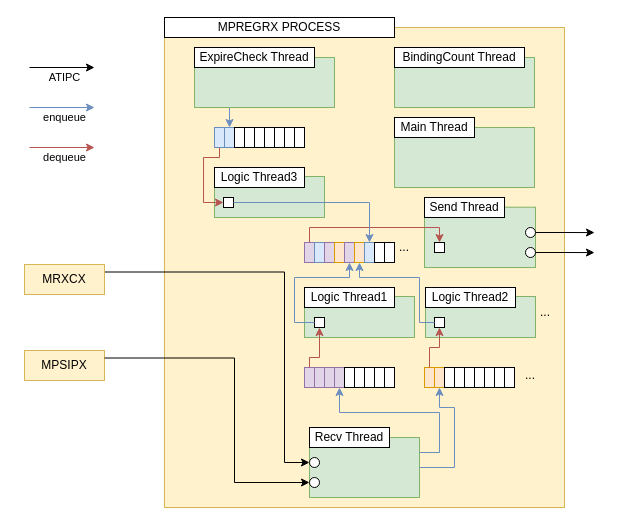
The draw.io diagram page "MPREGRX" (2 of 5) of MPSIPX.drawio in JaeHyeon774/NEWTIL, before the edit. Source tidied: cells renumbered, new cells numbered last; positions are measured from the earlier drawing's top-left corner, leaving out a move shared by most shapes. Both pictures are drawn from the tidied source at 100%, with x=0, y=0 at pixel (24, 17).
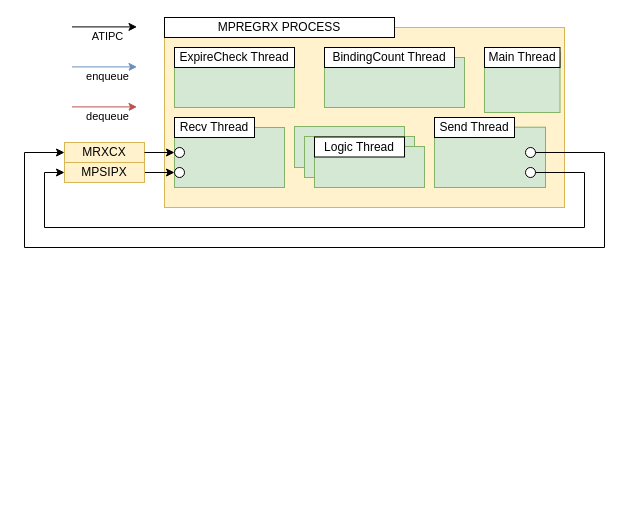
The same diagram, later.

The change refers to these unchanged cells:
```xml
<mxCell id="13" style="rounded=0;whiteSpace=wrap;html=1;fillColor=#d5e8d4;strokeColor=#82b366;" parent="12" vertex="1">
  <mxGeometry y="10" width="110" height="60" as="geometry" />
</mxCell>
<mxCell id="15" style="ellipse;whiteSpace=wrap;html=1;" parent="12" vertex="1">
  <mxGeometry y="50" width="10" height="10" as="geometry" />
</mxCell>
<mxCell id="16" style="ellipse;whiteSpace=wrap;html=1;" parent="12" vertex="1">
  <mxGeometry y="30" width="10" height="10" as="geometry" />
</mxCell>
```

What changed in the source:
```diff
@@
     <mxCell id="2" style="rounded=0;whiteSpace=wrap;html=1;fillColor=#fff2cc;strokeColor=#d6b656;" parent="1" vertex="1">
-      <mxGeometry x="140" y="10" width="400" height="480" as="geometry" />
+      <mxGeometry x="140" y="10" width="400" height="180" as="geometry" />
     </mxCell>
@@
     <mxCell id="4" style="rounded=0;whiteSpace=wrap;html=1;fillColor=#d5e8d4;strokeColor=#82b366;" parent="1" vertex="1">
-      <mxGeometry x="370" y="110" width="140" height="60" as="geometry" />
+      <mxGeometry x="460" y="35" width="75.5" height="60" as="geometry" />
     </mxCell>
-    <mxCell id="5" style="edgeStyle=orthogonalEdgeStyle;rounded=0;jettySize=auto;html=1;exitX=0.25;exitY=1;exitDx=0;exitDy=0;entryX=0.5;entryY=0;entryDx=0;entryDy=0;fillColor=#dae8fc;strokeColor=#6c8ebf;" parent="1" edge="1" source="6" target="81">
-      <mxGeometry relative="1" as="geometry" />
-    </mxCell>
     <mxCell id="6" style="rounded=0;whiteSpace=wrap;html=1;fillColor=#d5e8d4;strokeColor=#82b366;" parent="1" vertex="1">
-      <mxGeometry x="170" y="40" width="140" height="50" as="geometry" />
+      <mxGeometry x="150" y="40" width="120" height="50" as="geometry" />
     </mxCell>
     <mxCell id="7" style="rounded=0;whiteSpace=wrap;html=1;fillColor=#d5e8d4;strokeColor=#82b366;" parent="1" vertex="1">
-      <mxGeometry x="370" y="40" width="140" height="50" as="geometry" />
+      <mxGeometry x="300" y="40" width="140" height="50" as="geometry" />
     </mxCell>
+    <mxCell id="11" style="edgeStyle=orthogonalEdgeStyle;rounded=0;jettySize=auto;html=1;exitX=1;exitY=0.5;exitDx=0;exitDy=0;entryX=0;entryY=0.5;entryDx=0;entryDy=0;" parent="1" edge="1" source="8" target="15">
+      <mxGeometry relative="1" as="geometry" />
+    </mxCell>
     <mxCell id="8" value="MPSIPX" style="rounded=0;whiteSpace=wrap;html=1;fillColor=#fff2cc;strokeColor=#d6b656;" parent="1" vertex="1">
-      <mxGeometry y="333" width="80" height="30" as="geometry" />
+      <mxGeometry x="40" y="145" width="80" height="20" as="geometry" />
     </mxCell>
-    <mxCell id="9" style="edgeStyle=orthogonalEdgeStyle;rounded=0;jettySize=auto;html=1;exitX=1;exitY=0.25;exitDx=0;exitDy=0;entryX=0;entryY=0.5;entryDx=0;entryDy=0;" parent="1" edge="1" source="10" target="16">
-      <mxGeometry relative="1" as="geometry">
-        <Array as="points">
-          <mxPoint x="260" y="255" />
-          <mxPoint x="260" y="445" />
-        </Array>
-      </mxGeometry>
-    </mxCell>
     <mxCell id="10" value="MRXCX" style="rounded=0;whiteSpace=wrap;html=1;fillColor=#fff2cc;strokeColor=#d6b656;" parent="1" vertex="1">
-      <mxGeometry y="247" width="80" height="30" as="geometry" />
+      <mxGeometry x="40" y="125" width="80" height="20" as="geometry" />
     </mxCell>
-    <mxCell id="11" style="edgeStyle=orthogonalEdgeStyle;rounded=0;jettySize=auto;html=1;exitX=1;exitY=0.25;exitDx=0;exitDy=0;entryX=0;entryY=0.5;entryDx=0;entryDy=0;" parent="1" edge="1" source="8" target="15">
-      <mxGeometry relative="1" as="geometry">
-        <Array as="points">
-          <mxPoint x="210" y="341" />
-          <mxPoint x="210" y="465" />
-        </Array>
-      </mxGeometry>
-    </mxCell>
     <mxCell id="12" style="group;" parent="1" vertex="1">
-      <mxGeometry x="285" y="410" width="110" height="70" as="geometry" />
+      <mxGeometry x="150" y="100" width="110" height="70" as="geometry" />
     </mxCell>
@@
-    <mxCell id="17" style="group;fillColor=#e1d5e7;strokeColor=#9673a6;" parent="1" vertex="1">
-      <mxGeometry x="280" y="350" width="90" height="20" as="geometry" />
-    </mxCell>
-    <mxCell id="18" style="rounded=0;whiteSpace=wrap;html=1;fillColor=#e1d5e7;strokeColor=#9673a6;" parent="17" vertex="1">
-      <mxGeometry width="10" height="20" as="geometry" />
-    </mxCell>
-    <mxCell id="19" style="rounded=0;whiteSpace=wrap;html=1;fillColor=#e1d5e7;strokeColor=#9673a6;" parent="17" vertex="1">
-      <mxGeometry x="10" width="10" height="20" as="geometry" />
-    </mxCell>
-    <mxCell id="20" style="rounded=0;whiteSpace=wrap;html=1;fillColor=#e1d5e7;strokeColor=#9673a6;" parent="17" vertex="1">
-      <mxGeometry x="20" width="10" height="20" as="geometry" />
-    </mxCell>
-    <mxCell id="21" style="rounded=0;whiteSpace=wrap;html=1;fillColor=#e1d5e7;strokeColor=#9673a6;" parent="17" vertex="1">
-      <mxGeometry x="30" width="10" height="20" as="geometry" />
-    </mxCell>
-    <mxCell id="22" style="rounded=0;whiteSpace=wrap;html=1;" parent="17" vertex="1">
-      <mxGeometry x="40" width="10" height="20" as="geometry" />
-    </mxCell>
-    <mxCell id="23" style="rounded=0;whiteSpace=wrap;html=1;" parent="17" vertex="1">
-      <mxGeometry x="50" width="10" height="20" as="geometry" />
-    </mxCell>
-    <mxCell id="24" style="rounded=0;whiteSpace=wrap;html=1;" parent="17" vertex="1">
-      <mxGeometry x="60" width="10" height="20" as="geometry" />
-    </mxCell>
-    <mxCell id="25" style="rounded=0;whiteSpace=wrap;html=1;" parent="17" vertex="1">
-      <mxGeometry x="70" width="10" height="20" as="geometry" />
-    </mxCell>
-    <mxCell id="26" style="rounded=0;whiteSpace=wrap;html=1;" parent="17" vertex="1">
-      <mxGeometry x="80" width="10" height="20" as="geometry" />
-    </mxCell>
-    <mxCell id="27" style="group;fillColor=#ffe6cc;strokeColor=#d79b00;" parent="1" vertex="1">
-      <mxGeometry x="400" y="350" width="90" height="20" as="geometry" />
-    </mxCell>
-    <mxCell id="28" style="rounded=0;whiteSpace=wrap;html=1;fillColor=#ffe6cc;strokeColor=#d79b00;" parent="27" vertex="1">
-      <mxGeometry width="10" height="20" as="geometry" />
-    </mxCell>
-    <mxCell id="29" style="rounded=0;whiteSpace=wrap;html=1;fillColor=#ffe6cc;strokeColor=#d79b00;" parent="27" vertex="1">
-      <mxGeometry x="10" width="10" height="20" as="geometry" />
-    </mxCell>
-    <mxCell id="30" style="rounded=0;whiteSpace=wrap;html=1;" parent="27" vertex="1">
-      <mxGeometry x="20" width="10" height="20" as="geometry" />
-    </mxCell>
-    <mxCell id="31" style="rounded=0;whiteSpace=wrap;html=1;" parent="27" vertex="1">
-      <mxGeometry x="30" width="10" height="20" as="geometry" />
-    </mxCell>
-    <mxCell id="32" style="rounded=0;whiteSpace=wrap;html=1;" parent="27" vertex="1">
-      <mxGeometry x="40" width="10" height="20" as="geometry" />
-    </mxCell>
-    <mxCell id="33" style="rounded=0;whiteSpace=wrap;html=1;" parent="27" vertex="1">
-      <mxGeometry x="50" width="10" height="20" as="geometry" />
-    </mxCell>
-    <mxCell id="34" style="rounded=0;whiteSpace=wrap;html=1;" parent="27" vertex="1">
-      <mxGeometry x="60" width="10" height="20" as="geometry" />
-    </mxCell>
-    <mxCell id="35" style="rounded=0;whiteSpace=wrap;html=1;" parent="27" vertex="1">
-      <mxGeometry x="70" width="10" height="20" as="geometry" />
-    </mxCell>
-    <mxCell id="36" style="rounded=0;whiteSpace=wrap;html=1;" parent="27" vertex="1">
-      <mxGeometry x="80" width="10" height="20" as="geometry" />
-    </mxCell>
-    <mxCell id="37" style="group;" parent="1" vertex="1">
-      <mxGeometry x="401" y="270" width="110" height="50" as="geometry" />
-    </mxCell>
-    <mxCell id="38" value="&lt;div&gt;&lt;/div&gt;" style="rounded=0;whiteSpace=wrap;html=1;fillColor=#d5e8d4;strokeColor=#82b366;" parent="37" vertex="1">
-      <mxGeometry y="9" width="110" height="41" as="geometry" />
-    </mxCell>
-    <mxCell id="39" value="Logic Thread2" style="rounded=0;whiteSpace=wrap;html=1;" parent="37" vertex="1">
-      <mxGeometry width="90" height="20" as="geometry" />
-    </mxCell>
-    <mxCell id="40" style="rounded=0;whiteSpace=wrap;html=1;" parent="37" vertex="1">
-      <mxGeometry x="9" y="30" width="10" height="10" as="geometry" />
-    </mxCell>
-    <mxCell id="41" style="group;" parent="1" vertex="1">
-      <mxGeometry x="280" y="270" width="110" height="50" as="geometry" />
-    </mxCell>
-    <mxCell id="42" value="&lt;div&gt;&lt;/div&gt;" style="rounded=0;whiteSpace=wrap;html=1;fillColor=#d5e8d4;strokeColor=#82b366;" parent="41" vertex="1">
-      <mxGeometry y="9" width="110" height="41" as="geometry" />
-    </mxCell>
-    <mxCell id="43" value="Logic Thread1" style="rounded=0;whiteSpace=wrap;html=1;" parent="41" vertex="1">
-      <mxGeometry width="90" height="20" as="geometry" />
-    </mxCell>
-    <mxCell id="44" style="rounded=0;whiteSpace=wrap;html=1;" parent="41" vertex="1">
-      <mxGeometry x="10" y="30" width="10" height="10" as="geometry" />
-    </mxCell>
     <mxCell id="45" style="rounded=0;whiteSpace=wrap;html=1;fillColor=#d5e8d4;strokeColor=#82b366;" parent="1" vertex="1">
-      <mxGeometry x="400" y="189.7" width="111" height="60.3" as="geometry" />
+      <mxGeometry x="410" y="109.7" width="111" height="60.3" as="geometry" />
     </mxCell>
     <mxCell id="46" value="Send Thread" style="rounded=0;whiteSpace=wrap;html=1;" parent="1" vertex="1">
-      <mxGeometry x="400" y="180" width="80" height="20" as="geometry" />
+      <mxGeometry x="410" y="100" width="80" height="20" as="geometry" />
     </mxCell>
-    <mxCell id="47" style="edgeStyle=orthogonalEdgeStyle;rounded=0;jettySize=auto;html=1;exitX=1;exitY=0.5;exitDx=0;exitDy=0;" parent="1" edge="1" source="48">
+    <mxCell id="47" style="edgeStyle=orthogonalEdgeStyle;rounded=0;jettySize=auto;html=1;exitX=1;exitY=0.5;exitDx=0;exitDy=0;entryX=0;entryY=0.5;entryDx=0;entryDy=0;" parent="1" edge="1" source="48" target="10">
       <mxGeometry relative="1" as="geometry">
-        <mxPoint x="570" y="215.1" as="targetPoint" />
+        <Array as="points">
+          <mxPoint x="580" y="135" />
+          <mxPoint x="580" y="230" />
+          <mxPoint y="230" />
+          <mxPoint y="135" />
+        </Array>
       </mxGeometry>
     </mxCell>
     <mxCell id="48" style="ellipse;whiteSpace=wrap;html=1;" parent="1" vertex="1">
-      <mxGeometry x="501" y="210" width="10" height="10" as="geometry" />
+      <mxGeometry x="501" y="130" width="10" height="10" as="geometry" />
     </mxCell>
-    <mxCell id="49" style="edgeStyle=orthogonalEdgeStyle;rounded=0;jettySize=auto;html=1;exitX=1;exitY=0.5;exitDx=0;exitDy=0;" parent="1" edge="1" source="50">
+    <mxCell id="49" style="edgeStyle=orthogonalEdgeStyle;rounded=0;jettySize=auto;html=1;exitX=1;exitY=0.5;exitDx=0;exitDy=0;entryX=0;entryY=0.5;entryDx=0;entryDy=0;" parent="1" edge="1" source="50" target="8">
       <mxGeometry relative="1" as="geometry">
-        <mxPoint x="570" y="235.1" as="targetPoint" />
+        <Array as="points">
+          <mxPoint x="560" y="155" />
+          <mxPoint x="560" y="210" />
+          <mxPoint x="20" y="210" />
+          <mxPoint x="20" y="155" />
+        </Array>
       </mxGeometry>
     </mxCell>
     <mxCell id="50" style="ellipse;whiteSpace=wrap;html=1;" parent="1" vertex="1">
-      <mxGeometry x="501" y="230" width="10" height="10" as="geometry" />
+      <mxGeometry x="501" y="150" width="10" height="10" as="geometry" />
     </mxCell>
-    <mxCell id="51" value="..." style="text;html=1;align=center;verticalAlign=middle;whiteSpace=wrap;rounded=0;" parent="1" vertex="1">
-      <mxGeometry x="511" y="290" width="20" height="10" as="geometry" />
-    </mxCell>
-    <mxCell id="52" value="..." style="text;html=1;align=center;verticalAlign=middle;whiteSpace=wrap;rounded=0;" parent="1" vertex="1">
-      <mxGeometry x="496" y="353" width="20" height="10" as="geometry" />
-    </mxCell>
-    <mxCell id="53" style="edgeStyle=orthogonalEdgeStyle;rounded=0;jettySize=auto;html=1;exitX=1;exitY=0.25;exitDx=0;exitDy=0;entryX=0.5;entryY=1;entryDx=0;entryDy=0;fillColor=#dae8fc;strokeColor=#6c8ebf;" parent="1" edge="1" source="13" target="21">
-      <mxGeometry x="0.27" y="5" relative="1" as="geometry" />
-    </mxCell>
-    <mxCell id="54" style="edgeStyle=orthogonalEdgeStyle;rounded=0;jettySize=auto;html=1;exitX=1;exitY=0.5;exitDx=0;exitDy=0;entryX=0.5;entryY=1;entryDx=0;entryDy=0;fillColor=#dae8fc;strokeColor=#6c8ebf;" parent="1" edge="1" source="13" target="29">
-      <mxGeometry x="-0.5" relative="1" as="geometry">
-        <Array as="points">
-          <mxPoint x="430" y="450" />
-          <mxPoint x="430" y="390" />
-          <mxPoint x="415" y="390" />
-        </Array>
-      </mxGeometry>
-    </mxCell>
-    <mxCell id="55" style="rounded=0;whiteSpace=wrap;html=1;" parent="1" vertex="1">
-      <mxGeometry x="410" y="225" width="10" height="10" as="geometry" />
-    </mxCell>
-    <mxCell id="56" style="edgeStyle=orthogonalEdgeStyle;rounded=0;jettySize=auto;html=1;exitX=0.5;exitY=0;exitDx=0;exitDy=0;entryX=0.5;entryY=0;entryDx=0;entryDy=0;fillColor=#f8cecc;strokeColor=#b85450;" parent="1" edge="1" source="60" target="55">
-      <mxGeometry relative="1" as="geometry">
-        <Array as="points">
-          <mxPoint x="285" y="210" />
-          <mxPoint x="415" y="210" />
-        </Array>
-      </mxGeometry>
-    </mxCell>
-    <mxCell id="57" style="edgeStyle=orthogonalEdgeStyle;rounded=0;jettySize=auto;html=1;exitX=0.5;exitY=0;exitDx=0;exitDy=0;entryX=0.5;entryY=1;entryDx=0;entryDy=0;fillColor=#f8cecc;strokeColor=#b85450;" parent="1" edge="1" source="18" target="44">
-      <mxGeometry x="0.08" relative="1" as="geometry">
-        <Array as="points">
-          <mxPoint x="285" y="340" />
-          <mxPoint x="295" y="340" />
-        </Array>
-      </mxGeometry>
-    </mxCell>
-    <mxCell id="58" style="group;" parent="1" vertex="1">
-      <mxGeometry x="280" y="225" width="110" height="20" as="geometry" />
-    </mxCell>
-    <mxCell id="59" style="group;fillColor=#ffe6cc;strokeColor=#d79b00;" parent="58" vertex="1">
-      <mxGeometry width="90" height="20" as="geometry" />
-    </mxCell>
-    <mxCell id="60" style="rounded=0;whiteSpace=wrap;html=1;fillColor=#e1d5e7;strokeColor=#9673a6;" parent="59" vertex="1">
-      <mxGeometry width="10" height="20" as="geometry" />
-    </mxCell>
-    <mxCell id="61" style="rounded=0;whiteSpace=wrap;html=1;fillColor=#dae8fc;strokeColor=#6c8ebf;" parent="59" vertex="1">
-      <mxGeometry x="10" width="10" height="20" as="geometry" />
-    </mxCell>
-    <mxCell id="62" style="rounded=0;whiteSpace=wrap;html=1;fillColor=#e1d5e7;strokeColor=#9673a6;" parent="59" vertex="1">
-      <mxGeometry x="20" width="10" height="20" as="geometry" />
-    </mxCell>
-    <mxCell id="63" style="rounded=0;whiteSpace=wrap;html=1;fillColor=#ffe6cc;strokeColor=#d79b00;" parent="59" vertex="1">
-      <mxGeometry x="30" width="10" height="20" as="geometry" />
-    </mxCell>
-    <mxCell id="64" style="rounded=0;whiteSpace=wrap;html=1;fillColor=#e1d5e7;strokeColor=#9673a6;" parent="59" vertex="1">
-      <mxGeometry x="40" width="10" height="20" as="geometry" />
-    </mxCell>
-    <mxCell id="65" style="rounded=0;whiteSpace=wrap;html=1;fillColor=#ffe6cc;strokeColor=#d79b00;" parent="59" vertex="1">
-      <mxGeometry x="50" width="10" height="20" as="geometry" />
-    </mxCell>
-    <mxCell id="66" style="rounded=0;whiteSpace=wrap;html=1;fillColor=#dae8fc;strokeColor=#6c8ebf;" parent="59" vertex="1">
-      <mxGeometry x="60" width="10" height="20" as="geometry" />
-    </mxCell>
-    <mxCell id="67" style="rounded=0;whiteSpace=wrap;html=1;" parent="59" vertex="1">
-      <mxGeometry x="70" width="10" height="20" as="geometry" />
-    </mxCell>
-    <mxCell id="68" style="rounded=0;whiteSpace=wrap;html=1;" parent="59" vertex="1">
-      <mxGeometry x="80" width="10" height="20" as="geometry" />
-    </mxCell>
-    <mxCell id="69" value="..." style="text;html=1;align=center;verticalAlign=middle;whiteSpace=wrap;rounded=0;" parent="58" vertex="1">
-      <mxGeometry x="90" width="20" height="10" as="geometry" />
-    </mxCell>
-    <mxCell id="70" style="edgeStyle=orthogonalEdgeStyle;rounded=0;jettySize=auto;html=1;exitX=0;exitY=0.5;exitDx=0;exitDy=0;entryX=0.5;entryY=1;entryDx=0;entryDy=0;fillColor=#dae8fc;strokeColor=#6c8ebf;" parent="1" edge="1" source="44" target="64">
-      <mxGeometry x="0.35" relative="1" as="geometry">
-        <Array as="points">
-          <mxPoint x="270" y="305" />
-          <mxPoint x="270" y="260" />
-          <mxPoint x="325" y="260" />
-        </Array>
-      </mxGeometry>
-    </mxCell>
-    <mxCell id="71" style="edgeStyle=orthogonalEdgeStyle;rounded=0;jettySize=auto;html=1;exitX=0.5;exitY=0;exitDx=0;exitDy=0;entryX=0.5;entryY=1;entryDx=0;entryDy=0;fillColor=#f8cecc;strokeColor=#b85450;" parent="1" edge="1" source="28" target="40">
-      <mxGeometry relative="1" as="geometry">
-        <Array as="points">
-          <mxPoint x="405" y="330" />
-          <mxPoint x="415" y="330" />
-        </Array>
-      </mxGeometry>
-    </mxCell>
-    <mxCell id="72" style="edgeStyle=orthogonalEdgeStyle;rounded=0;jettySize=auto;html=1;exitX=0;exitY=0.5;exitDx=0;exitDy=0;entryX=0.5;entryY=1;entryDx=0;entryDy=0;fillColor=#dae8fc;strokeColor=#6c8ebf;" parent="1" edge="1" source="40" target="65">
-      <mxGeometry x="0.3" relative="1" as="geometry">
-        <Array as="points">
-          <mxPoint x="395" y="305" />
-          <mxPoint x="395" y="260" />
-          <mxPoint x="335" y="260" />
-        </Array>
-      </mxGeometry>
-    </mxCell>
     <mxCell id="73" value="ATIPC" style="endArrow=classic;html=1;rounded=0;" parent="1" edge="1">
       <mxGeometry x="0.08" y="-10" relative="1" as="geometry">
-        <mxPoint x="5" y="50" as="sourcePoint" />
-        <mxPoint x="70" y="50" as="targetPoint" />
+        <mxPoint x="47.5" y="9.4" as="sourcePoint" />
+        <mxPoint x="112.5" y="9.4" as="targetPoint" />
       </mxGeometry>
     </mxCell>
     <mxCell id="74" value="enqueue" style="endArrow=classic;html=1;rounded=0;fillColor=#dae8fc;strokeColor=#6c8ebf;" parent="1" edge="1">
       <mxGeometry x="0.08" y="-10" relative="1" as="geometry">
-        <mxPoint x="5" y="90" as="sourcePoint" />
-        <mxPoint x="70" y="90" as="targetPoint" />
+        <mxPoint x="47.5" y="49.4" as="sourcePoint" />
+        <mxPoint x="112.5" y="49.4" as="targetPoint" />
       </mxGeometry>
     </mxCell>
     <mxCell id="75" value="dequeue" style="endArrow=classic;html=1;rounded=0;fillColor=#f8cecc;strokeColor=#b85450;" parent="1" edge="1">
       <mxGeometry x="0.08" y="-10" relative="1" as="geometry">
-        <mxPoint x="5" y="130" as="sourcePoint" />
-        <mxPoint x="70" y="130" as="targetPoint" />
+        <mxPoint x="47.5" y="89.4" as="sourcePoint" />
+        <mxPoint x="112.5" y="89.4" as="targetPoint" />
       </mxGeometry>
     </mxCell>
     <mxCell id="76" value="Main Thread" style="rounded=0;whiteSpace=wrap;html=1;" parent="1" vertex="1">
-      <mxGeometry x="370" y="100" width="80" height="20" as="geometry" />
+      <mxGeometry x="460" y="30" width="75.5" height="20" as="geometry" />
     </mxCell>
     <mxCell id="77" value="ExpireCheck Thread" style="rounded=0;whiteSpace=wrap;html=1;" parent="1" vertex="1">
-      <mxGeometry x="170" y="30" width="120" height="20" as="geometry" />
+      <mxGeometry x="150" y="30" width="120" height="20" as="geometry" />
     </mxCell>
     <mxCell id="78" value="BindingCount Thread" style="rounded=0;whiteSpace=wrap;html=1;" parent="1" vertex="1">
-      <mxGeometry x="370" y="30" width="130" height="20" as="geometry" />
+      <mxGeometry x="300" y="30" width="130" height="20" as="geometry" />
     </mxCell>
-    <mxCell id="79" style="group;fillColor=#dae8fc;strokeColor=#6c8ebf;" parent="1" vertex="1">
-      <mxGeometry x="190" y="110" width="90" height="20" as="geometry" />
-    </mxCell>
-    <mxCell id="80" style="rounded=0;whiteSpace=wrap;html=1;fillColor=#dae8fc;strokeColor=#6c8ebf;" parent="79" vertex="1">
-      <mxGeometry width="10" height="20" as="geometry" />
-    </mxCell>
-    <mxCell id="81" style="rounded=0;whiteSpace=wrap;html=1;fillColor=#dae8fc;strokeColor=#6c8ebf;" parent="79" vertex="1">
-      <mxGeometry x="10" width="10" height="20" as="geometry" />
-    </mxCell>
-    <mxCell id="82" style="rounded=0;whiteSpace=wrap;html=1;" parent="79" vertex="1">
-      <mxGeometry x="20" width="10" height="20" as="geometry" />
-    </mxCell>
-    <mxCell id="83" style="rounded=0;whiteSpace=wrap;html=1;" parent="79" vertex="1">
-      <mxGeometry x="30" width="10" height="20" as="geometry" />
-    </mxCell>
-    <mxCell id="84" style="rounded=0;whiteSpace=wrap;html=1;" parent="79" vertex="1">
-      <mxGeometry x="40" width="10" height="20" as="geometry" />
-    </mxCell>
-    <mxCell id="85" style="rounded=0;whiteSpace=wrap;html=1;" parent="79" vertex="1">
-      <mxGeometry x="50" width="10" height="20" as="geometry" />
-    </mxCell>
-    <mxCell id="86" style="rounded=0;whiteSpace=wrap;html=1;" parent="79" vertex="1">
-      <mxGeometry x="60" width="10" height="20" as="geometry" />
-    </mxCell>
-    <mxCell id="87" style="rounded=0;whiteSpace=wrap;html=1;" parent="79" vertex="1">
-      <mxGeometry x="70" width="10" height="20" as="geometry" />
-    </mxCell>
-    <mxCell id="88" style="rounded=0;whiteSpace=wrap;html=1;" parent="79" vertex="1">
-      <mxGeometry x="80" width="10" height="20" as="geometry" />
-    </mxCell>
-    <mxCell id="89" style="group;" parent="1" vertex="1">
-      <mxGeometry x="190" y="150" width="110" height="50" as="geometry" />
-    </mxCell>
-    <mxCell id="90" value="&lt;div&gt;&lt;/div&gt;" style="rounded=0;whiteSpace=wrap;html=1;fillColor=#d5e8d4;strokeColor=#82b366;" parent="89" vertex="1">
-      <mxGeometry y="9" width="110" height="41" as="geometry" />
-    </mxCell>
-    <mxCell id="91" value="Logic Thread3" style="rounded=0;whiteSpace=wrap;html=1;" parent="89" vertex="1">
-      <mxGeometry width="90" height="20" as="geometry" />
-    </mxCell>
-    <mxCell id="92" style="rounded=0;whiteSpace=wrap;html=1;" parent="89" vertex="1">
-      <mxGeometry x="9" y="30" width="10" height="10" as="geometry" />
-    </mxCell>
-    <mxCell id="93" style="edgeStyle=orthogonalEdgeStyle;rounded=0;jettySize=auto;html=1;exitX=0.5;exitY=1;exitDx=0;exitDy=0;entryX=0;entryY=0.5;entryDx=0;entryDy=0;fillColor=#f8cecc;strokeColor=#b85450;" parent="1" edge="1" source="80" target="92">
-      <mxGeometry relative="1" as="geometry">
-        <Array as="points">
-          <mxPoint x="195" y="140" />
-          <mxPoint x="179" y="140" />
-          <mxPoint x="179" y="185" />
-        </Array>
-      </mxGeometry>
-    </mxCell>
-    <mxCell id="94" style="edgeStyle=orthogonalEdgeStyle;rounded=0;jettySize=auto;html=1;exitX=1;exitY=0.5;exitDx=0;exitDy=0;entryX=0.5;entryY=0;entryDx=0;entryDy=0;fillColor=#dae8fc;strokeColor=#6c8ebf;" parent="1" edge="1" source="92" target="66">
-      <mxGeometry relative="1" as="geometry" />
-    </mxCell>
+    <mxCell id="9" style="edgeStyle=orthogonalEdgeStyle;rounded=0;jettySize=auto;html=1;exitX=1;exitY=0.5;exitDx=0;exitDy=0;entryX=0;entryY=0.5;entryDx=0;entryDy=0;" parent="1" edge="1" source="10" target="16">
+      <mxGeometry relative="1" as="geometry" />
+    </mxCell>
+    <mxCell id="95" style="group;" parent="1" vertex="1">
+      <mxGeometry x="270" y="109" width="130" height="61" as="geometry" />
+    </mxCell>
+    <mxCell id="42" value="&lt;div&gt;&lt;/div&gt;" style="rounded=0;whiteSpace=wrap;html=1;fillColor=#d5e8d4;strokeColor=#82b366;" parent="95" vertex="1">
+      <mxGeometry width="110" height="41" as="geometry" />
+    </mxCell>
+    <mxCell id="96" value="&lt;div&gt;&lt;/div&gt;" style="rounded=0;whiteSpace=wrap;html=1;fillColor=#d5e8d4;strokeColor=#82b366;" parent="95" vertex="1">
+      <mxGeometry x="10" y="10" width="110" height="41" as="geometry" />
+    </mxCell>
+    <mxCell id="97" value="&lt;div&gt;&lt;/div&gt;" style="rounded=0;whiteSpace=wrap;html=1;fillColor=#d5e8d4;strokeColor=#82b366;" parent="95" vertex="1">
+      <mxGeometry x="20" y="20" width="110" height="41" as="geometry" />
+    </mxCell>
+    <mxCell id="43" value="Logic Thread" style="rounded=0;whiteSpace=wrap;html=1;" parent="95" vertex="1">
+      <mxGeometry x="20" y="10.5" width="90" height="20" as="geometry" />
+    </mxCell>
```
